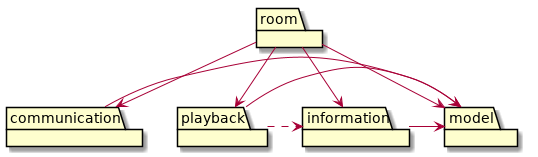
The PlantUML diagram out/docs/uml/class_diagram/general/general.png in vltmn/qdio, before a commit. The source it was exported from:
```plantuml
@startuml
package communication
package information
package model
package playback
package room

room --> information
room --> model
room --> communication
room --> playback
communication -> model
information -> model
playback -> model
playback .> information
@enduml
```
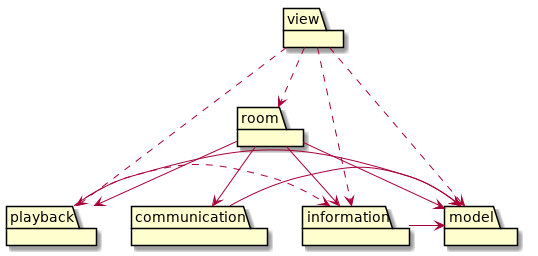
The same diagram one commit later.

Commit message:
Updated general UML

The edit, as a diff of the source:
```diff
@@ -4,6 +4,7 @@
 package model
 package playback
 package room
+package view
 
 room --> information
 room --> model
@@ -13,4 +14,9 @@
 information -> model
 playback -> model
 playback .> information
+
+view ..> room
+view ..> playback
+view ..> information
+view ..> model
 @enduml
```
